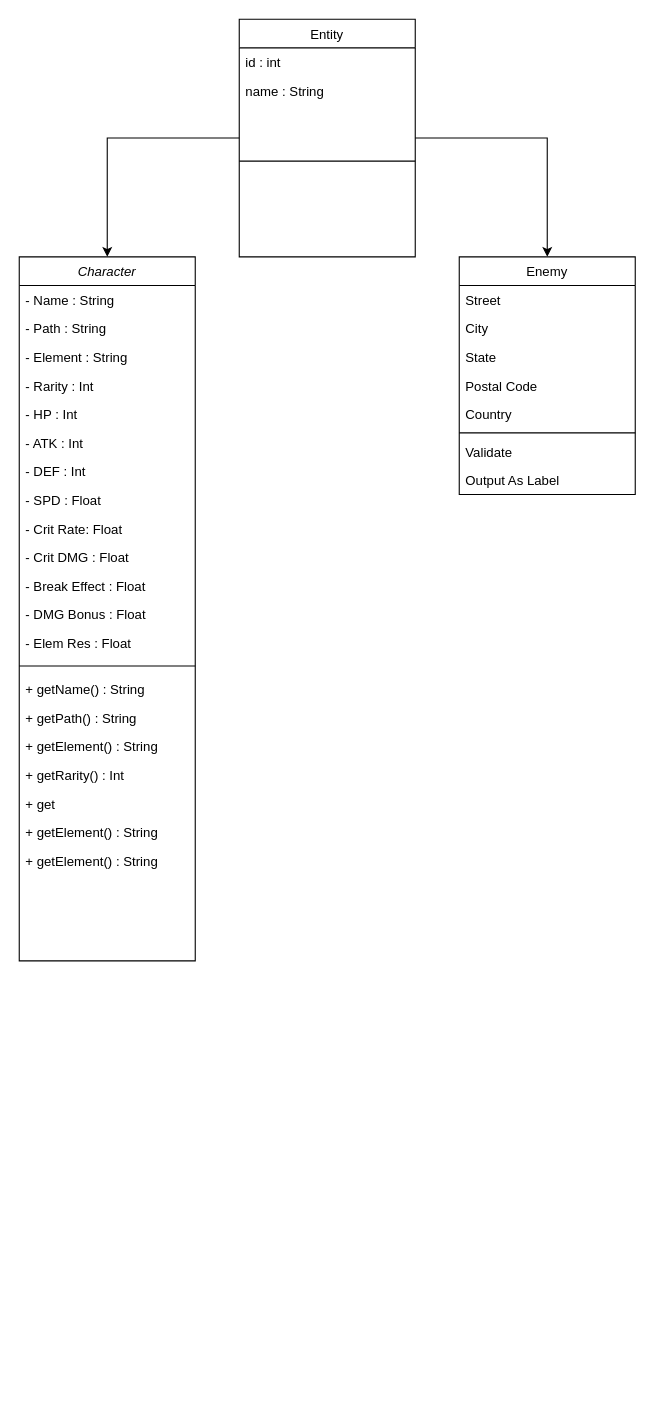
Before: HSR UML.drawio in YourfriendTutu/HSR_Dmg_Calc, a draw.io diagram. Source tidied: cells renumbered, new cells numbered last; positions are measured from the earlier drawing's top-left corner, leaving out a move shared by most shapes. Both pictures are drawn from the tidied source at 110%, with x=0, y=0 at pixel (19, 19).
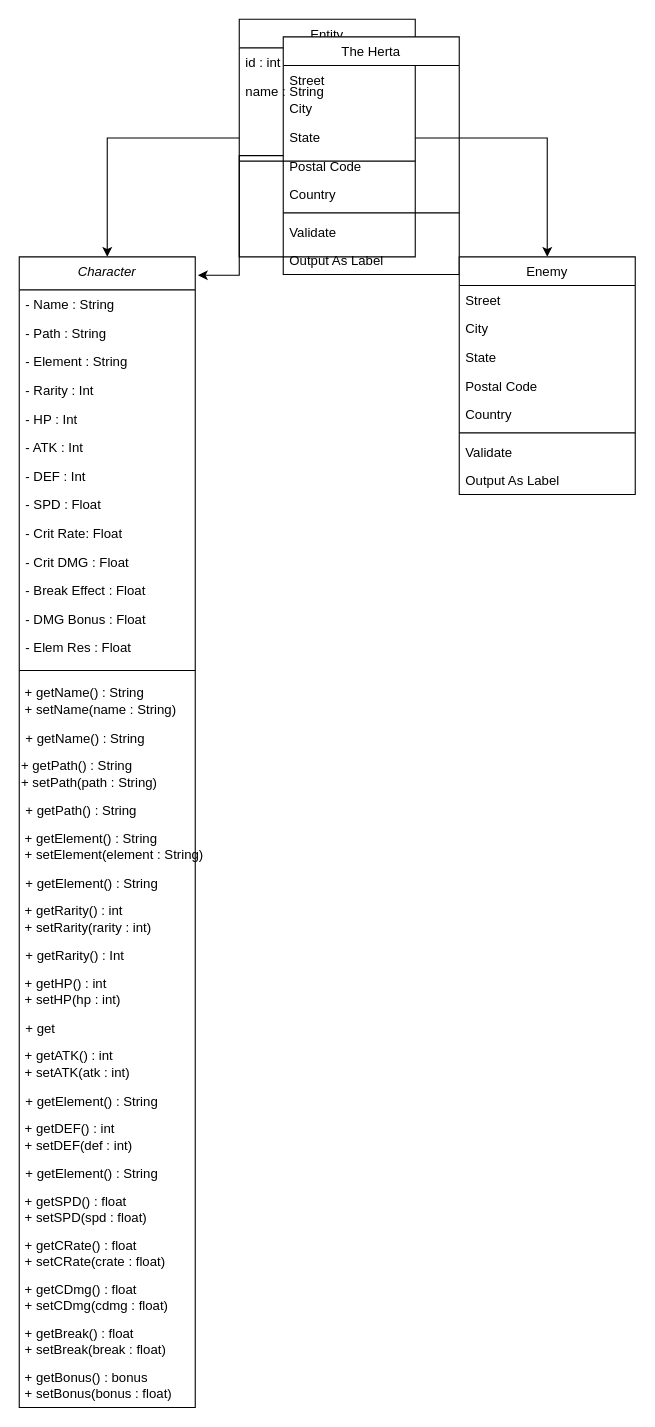
Above is the later version.

What changed in the source:
```diff
@@
-    <mxCell id="2" value="Character" style="swimlane;fontStyle=2;align=center;verticalAlign=top;horizontal=1;startSize=26;rounded=0;shadow=0;strokeWidth=1;" parent="1" vertex="1">
-      <mxGeometry y="216" width="160" height="640" as="geometry" />
+    <mxCell id="2" value="Character" style="swimlane;fontStyle=2;align=center;verticalAlign=top;horizontal=1;startSize=30;rounded=0;shadow=0;strokeWidth=1;" parent="1" vertex="1">
+      <mxGeometry y="216" width="160" height="1046" as="geometry" />
     </mxCell>
     <mxCell id="3" value="- Name : String" style="text;align=left;verticalAlign=top;spacingLeft=4;spacingRight=4;overflow=hidden;" parent="2" vertex="1">
-      <mxGeometry y="26" width="160" height="26" as="geometry" />
+      <mxGeometry y="30" width="160" height="26" as="geometry" />
     </mxCell>
     <mxCell id="4" value="- Path : String" style="text;align=left;verticalAlign=top;spacingLeft=4;spacingRight=4;overflow=hidden;rounded=0;shadow=0;html=0;" parent="2" vertex="1">
-      <mxGeometry y="52" width="160" height="26" as="geometry" />
+      <mxGeometry y="56" width="160" height="26" as="geometry" />
     </mxCell>
     <mxCell id="5" value="- Element : String" style="text;align=left;verticalAlign=top;spacingLeft=4;spacingRight=4;overflow=hidden;rounded=0;shadow=0;html=0;" parent="2" vertex="1">
-      <mxGeometry y="78" width="160" height="26" as="geometry" />
+      <mxGeometry y="82" width="160" height="26" as="geometry" />
     </mxCell>
     <mxCell id="6" value="- Rarity : Int" style="text;align=left;verticalAlign=top;spacingLeft=4;spacingRight=4;overflow=hidden;rounded=0;shadow=0;html=0;" parent="2" vertex="1">
-      <mxGeometry y="104" width="160" height="26" as="geometry" />
+      <mxGeometry y="108" width="160" height="26" as="geometry" />
     </mxCell>
     <mxCell id="7" value="- HP : Int" style="text;align=left;verticalAlign=top;spacingLeft=4;spacingRight=4;overflow=hidden;rounded=0;shadow=0;html=0;" parent="2" vertex="1">
-      <mxGeometry y="130" width="160" height="26" as="geometry" />
+      <mxGeometry y="134" width="160" height="26" as="geometry" />
     </mxCell>
     <mxCell id="8" value="- ATK : Int" style="text;align=left;verticalAlign=top;spacingLeft=4;spacingRight=4;overflow=hidden;rounded=0;shadow=0;html=0;" parent="2" vertex="1">
-      <mxGeometry y="156" width="160" height="26" as="geometry" />
+      <mxGeometry y="160" width="160" height="26" as="geometry" />
     </mxCell>
     <mxCell id="9" value="- DEF : Int" style="text;align=left;verticalAlign=top;spacingLeft=4;spacingRight=4;overflow=hidden;rounded=0;shadow=0;html=0;" parent="2" vertex="1">
-      <mxGeometry y="182" width="160" height="26" as="geometry" />
+      <mxGeometry y="186" width="160" height="26" as="geometry" />
     </mxCell>
     <mxCell id="10" value="- SPD : Float" style="text;align=left;verticalAlign=top;spacingLeft=4;spacingRight=4;overflow=hidden;rounded=0;shadow=0;html=0;" parent="2" vertex="1">
-      <mxGeometry y="208" width="160" height="26" as="geometry" />
+      <mxGeometry y="212" width="160" height="26" as="geometry" />
     </mxCell>
     <mxCell id="11" value="- Crit Rate: Float" style="text;align=left;verticalAlign=top;spacingLeft=4;spacingRight=4;overflow=hidden;rounded=0;shadow=0;html=0;" parent="2" vertex="1">
-      <mxGeometry y="234" width="160" height="26" as="geometry" />
+      <mxGeometry y="238" width="160" height="26" as="geometry" />
     </mxCell>
     <mxCell id="12" value="- Crit DMG : Float" style="text;align=left;verticalAlign=top;spacingLeft=4;spacingRight=4;overflow=hidden;rounded=0;shadow=0;html=0;" parent="2" vertex="1">
-      <mxGeometry y="260" width="160" height="26" as="geometry" />
+      <mxGeometry y="264" width="160" height="26" as="geometry" />
     </mxCell>
     <mxCell id="13" value="- Break Effect : Float" style="text;align=left;verticalAlign=top;spacingLeft=4;spacingRight=4;overflow=hidden;rounded=0;shadow=0;html=0;" parent="2" vertex="1">
-      <mxGeometry y="286" width="160" height="26" as="geometry" />
+      <mxGeometry y="290" width="160" height="26" as="geometry" />
     </mxCell>
     <mxCell id="14" value="- DMG Bonus : Float" style="text;align=left;verticalAlign=top;spacingLeft=4;spacingRight=4;overflow=hidden;rounded=0;shadow=0;html=0;" parent="2" vertex="1">
-      <mxGeometry y="312" width="160" height="26" as="geometry" />
+      <mxGeometry y="316" width="160" height="26" as="geometry" />
     </mxCell>
     <mxCell id="15" value="- Elem Res : Float" style="text;align=left;verticalAlign=top;spacingLeft=4;spacingRight=4;overflow=hidden;rounded=0;shadow=0;html=0;" parent="2" vertex="1">
-      <mxGeometry y="338" width="160" height="26" as="geometry" />
+      <mxGeometry y="342" width="160" height="26" as="geometry" />
     </mxCell>
     <mxCell id="16" style="line;html=1;strokeWidth=1;align=left;verticalAlign=middle;spacingTop=-1;spacingLeft=3;spacingRight=3;labelPosition=right;" parent="2" vertex="1">
-      <mxGeometry y="364" width="160" height="16" as="geometry" />
+      <mxGeometry y="368" width="160" height="16" as="geometry" />
     </mxCell>
+    <mxCell id="39" value="&amp;nbsp;+ getName() : String&lt;div&gt;&lt;div&gt;&amp;nbsp;+ setName(name : String)&lt;/div&gt;&lt;/div&gt;" style="text;html=1;align=left;verticalAlign=middle;strokeColor=none;fillColor=none;" parent="2" vertex="1">
+      <mxGeometry y="384" width="160" height="40" as="geometry" />
+    </mxCell>
     <mxCell id="17" value="+ getName() : String" style="text;align=left;verticalAlign=top;spacingLeft=4;spacingRight=4;overflow=hidden;rounded=0;shadow=0;html=0;" parent="2" vertex="1">
-      <mxGeometry y="380" width="160" height="26" as="geometry" />
+      <mxGeometry y="424" width="160" height="26" as="geometry" />
     </mxCell>
+    <mxCell id="40" value="+ getPath() : String&lt;div&gt;+ setPath(path : String)&amp;nbsp;&lt;/div&gt;" style="text;html=1;align=left;verticalAlign=middle;strokeColor=none;fillColor=none;" parent="2" vertex="1">
+      <mxGeometry y="450" width="160" height="40" as="geometry" />
+    </mxCell>
     <mxCell id="18" value="+ getPath() : String" style="text;align=left;verticalAlign=top;spacingLeft=4;spacingRight=4;overflow=hidden;rounded=0;shadow=0;html=0;" parent="2" vertex="1">
-      <mxGeometry y="406" width="160" height="26" as="geometry" />
+      <mxGeometry y="490" width="160" height="26" as="geometry" />
     </mxCell>
+    <mxCell id="41" value="&lt;div&gt;&amp;nbsp;+ getElement() : String&lt;/div&gt;&lt;div&gt;&amp;nbsp;+ setElement(element : String)&lt;/div&gt;" style="text;html=1;align=left;verticalAlign=middle;strokeColor=none;fillColor=none;" parent="2" vertex="1">
+      <mxGeometry y="516" width="160" height="40" as="geometry" />
+    </mxCell>
     <mxCell id="19" value="+ getElement() : String" style="text;align=left;verticalAlign=top;spacingLeft=4;spacingRight=4;overflow=hidden;rounded=0;shadow=0;html=0;" parent="2" vertex="1">
-      <mxGeometry y="432" width="160" height="26" as="geometry" />
+      <mxGeometry y="556" width="160" height="26" as="geometry" />
     </mxCell>
+    <mxCell id="42" value="&lt;div&gt;&amp;nbsp;+ getRarity() : int&lt;/div&gt;&lt;div style=&quot;&quot;&gt;&amp;nbsp;+ setRarity(rarity : int)&lt;/div&gt;" style="text;html=1;align=left;verticalAlign=middle;strokeColor=none;fillColor=none;" parent="2" vertex="1">
+      <mxGeometry y="582" width="160" height="40" as="geometry" />
+    </mxCell>
     <mxCell id="20" value="+ getRarity() : Int" style="text;align=left;verticalAlign=top;spacingLeft=4;spacingRight=4;overflow=hidden;rounded=0;shadow=0;html=0;" parent="2" vertex="1">
-      <mxGeometry y="458" width="160" height="26" as="geometry" />
+      <mxGeometry y="622" width="160" height="26" as="geometry" />
     </mxCell>
+    <mxCell id="43" value="&lt;div&gt;&amp;nbsp;+ getHP() : int&lt;/div&gt;&lt;div&gt;&amp;nbsp;+ setHP(hp : int)&lt;/div&gt;" style="text;html=1;align=left;verticalAlign=middle;strokeColor=none;fillColor=none;" parent="2" vertex="1">
+      <mxGeometry y="648" width="160" height="40" as="geometry" />
+    </mxCell>
     <mxCell id="21" value="+ get" style="text;align=left;verticalAlign=top;spacingLeft=4;spacingRight=4;overflow=hidden;rounded=0;shadow=0;html=0;" parent="2" vertex="1">
-      <mxGeometry y="484" width="160" height="26" as="geometry" />
+      <mxGeometry y="688" width="160" height="26" as="geometry" />
     </mxCell>
+    <mxCell id="44" value="&lt;div&gt;&amp;nbsp;+ getATK() : int&lt;/div&gt;&lt;div&gt;&amp;nbsp;+ setATK(atk : int)&lt;/div&gt;" style="text;html=1;align=left;verticalAlign=middle;strokeColor=none;fillColor=none;" parent="2" vertex="1">
+      <mxGeometry y="714" width="160" height="40" as="geometry" />
+    </mxCell>
     <mxCell id="22" value="+ getElement() : String" style="text;align=left;verticalAlign=top;spacingLeft=4;spacingRight=4;overflow=hidden;rounded=0;shadow=0;html=0;" parent="2" vertex="1">
-      <mxGeometry y="510" width="160" height="26" as="geometry" />
+      <mxGeometry y="754" width="160" height="26" as="geometry" />
     </mxCell>
+    <mxCell id="45" value="&lt;div&gt;&amp;nbsp;+ getDEF() : int&lt;/div&gt;&lt;div&gt;&amp;nbsp;+ setDEF(def : int)&lt;/div&gt;" style="text;html=1;align=left;verticalAlign=middle;strokeColor=none;fillColor=none;" parent="2" vertex="1">
+      <mxGeometry y="780" width="160" height="40" as="geometry" />
+    </mxCell>
     <mxCell id="23" value="+ getElement() : String" style="text;align=left;verticalAlign=top;spacingLeft=4;spacingRight=4;overflow=hidden;rounded=0;shadow=0;html=0;" parent="2" vertex="1">
-      <mxGeometry y="536" width="160" height="26" as="geometry" />
+      <mxGeometry y="820" width="160" height="26" as="geometry" />
     </mxCell>
+    <mxCell id="46" value="&lt;div&gt;&amp;nbsp;+ getSPD() : float&lt;/div&gt;&lt;div&gt;&amp;nbsp;+ setSPD(spd : float)&lt;/div&gt;" style="text;html=1;align=left;verticalAlign=middle;strokeColor=none;fillColor=none;" parent="2" vertex="1">
+      <mxGeometry y="846" width="160" height="40" as="geometry" />
+    </mxCell>
+    <mxCell id="47" value="&lt;div&gt;&amp;nbsp;+ getCRate() : float&lt;/div&gt;&lt;div style=&quot;&quot;&gt;&amp;nbsp;+ setCRate(crate : float)&lt;/div&gt;" style="text;html=1;align=left;verticalAlign=middle;strokeColor=none;fillColor=none;" parent="2" vertex="1">
+      <mxGeometry y="886" width="160" height="40" as="geometry" />
+    </mxCell>
+    <mxCell id="48" value="&lt;div&gt;&amp;nbsp;+ getCDmg() : float&lt;/div&gt;&lt;div&gt;&amp;nbsp;+ setCDmg(cdmg : float)&lt;/div&gt;" style="text;html=1;align=left;verticalAlign=middle;strokeColor=none;fillColor=none;" parent="2" vertex="1">
+      <mxGeometry y="926" width="160" height="40" as="geometry" />
+    </mxCell>
+    <mxCell id="49" value="&lt;div&gt;&amp;nbsp;+ getBreak() : float&lt;/div&gt;&lt;div&gt;&amp;nbsp;+ setBreak(break : float)&lt;/div&gt;" style="text;html=1;align=left;verticalAlign=middle;strokeColor=none;fillColor=none;" parent="2" vertex="1">
+      <mxGeometry y="966" width="160" height="40" as="geometry" />
+    </mxCell>
+    <mxCell id="50" value="&lt;div&gt;&amp;nbsp;+ getBonus() : bonus&lt;/div&gt;&lt;div&gt;&amp;nbsp;+ setBonus(bonus : float)&lt;/div&gt;" style="text;html=1;align=left;verticalAlign=middle;strokeColor=none;fillColor=none;" parent="2" vertex="1">
+      <mxGeometry y="1006" width="160" height="40" as="geometry" />
+    </mxCell>
@@
+    <mxCell id="51" value="The Herta" style="swimlane;fontStyle=0;align=center;verticalAlign=top;horizontal=1;startSize=26;rounded=0;shadow=0;strokeWidth=1;" parent="1" vertex="1">
+      <mxGeometry x="240" y="16" width="160" height="216" as="geometry" />
+    </mxCell>
+    <mxCell id="52" value="Street" style="text;align=left;verticalAlign=top;spacingLeft=4;spacingRight=4;overflow=hidden;" parent="51" vertex="1">
+      <mxGeometry y="26" width="160" height="26" as="geometry" />
+    </mxCell>
+    <mxCell id="53" value="City" style="text;align=left;verticalAlign=top;spacingLeft=4;spacingRight=4;overflow=hidden;rounded=0;shadow=0;html=0;" parent="51" vertex="1">
+      <mxGeometry y="52" width="160" height="26" as="geometry" />
+    </mxCell>
+    <mxCell id="54" value="State" style="text;align=left;verticalAlign=top;spacingLeft=4;spacingRight=4;overflow=hidden;rounded=0;shadow=0;html=0;" parent="51" vertex="1">
+      <mxGeometry y="78" width="160" height="26" as="geometry" />
+    </mxCell>
+    <mxCell id="55" value="Postal Code" style="text;align=left;verticalAlign=top;spacingLeft=4;spacingRight=4;overflow=hidden;rounded=0;shadow=0;html=0;" parent="51" vertex="1">
+      <mxGeometry y="104" width="160" height="26" as="geometry" />
+    </mxCell>
+    <mxCell id="56" value="Country" style="text;align=left;verticalAlign=top;spacingLeft=4;spacingRight=4;overflow=hidden;rounded=0;shadow=0;html=0;" parent="51" vertex="1">
+      <mxGeometry y="130" width="160" height="26" as="geometry" />
+    </mxCell>
+    <mxCell id="57" style="line;html=1;strokeWidth=1;align=left;verticalAlign=middle;spacingTop=-1;spacingLeft=3;spacingRight=3;labelPosition=right;" parent="51" vertex="1">
+      <mxGeometry y="156" width="160" height="8" as="geometry" />
+    </mxCell>
+    <mxCell id="58" value="Validate" style="text;align=left;verticalAlign=top;spacingLeft=4;spacingRight=4;overflow=hidden;" parent="51" vertex="1">
+      <mxGeometry y="164" width="160" height="26" as="geometry" />
+    </mxCell>
+    <mxCell id="59" value="Output As Label" style="text;align=left;verticalAlign=top;spacingLeft=4;spacingRight=4;overflow=hidden;" parent="51" vertex="1">
+      <mxGeometry y="190" width="160" height="26" as="geometry" />
+    </mxCell>
@@
+    <mxCell id="60" style="edgeStyle=orthogonalEdgeStyle;rounded=0;jettySize=auto;html=1;entryX=1.015;entryY=0.016;entryDx=0;entryDy=0;entryPerimeter=0;" parent="1" edge="1" source="51" target="2">
+      <mxGeometry relative="1" as="geometry" />
+    </mxCell>
```
